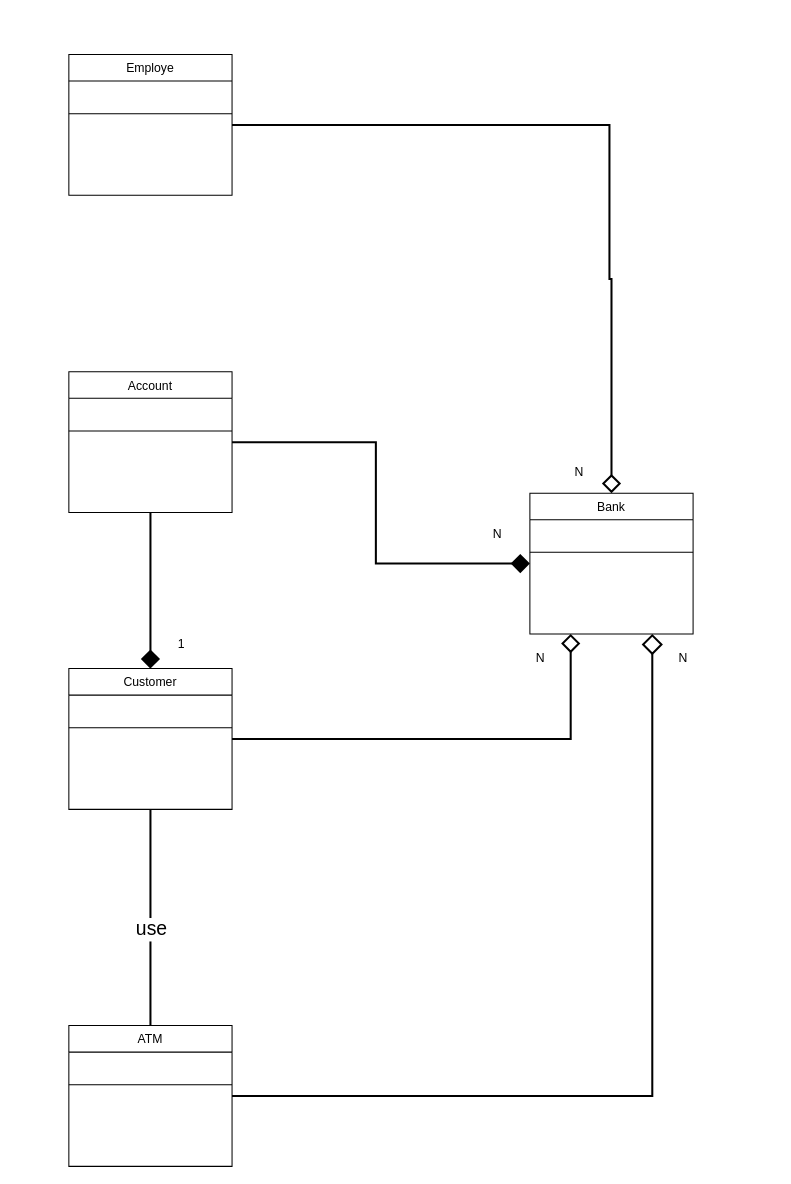
faridEsnaashari/daneshgahSheigeraii keeps this draw.io diagram as diagrams/classDiagram.drawio. Above is the earlier version. Source tidied: cells renumbered, new cells numbered last; positions are measured from the earlier drawing's top-left corner, leaving out a move shared by most shapes. Both pictures are drawn from the tidied source at 102%, with x=0, y=0 at pixel (68, 54).
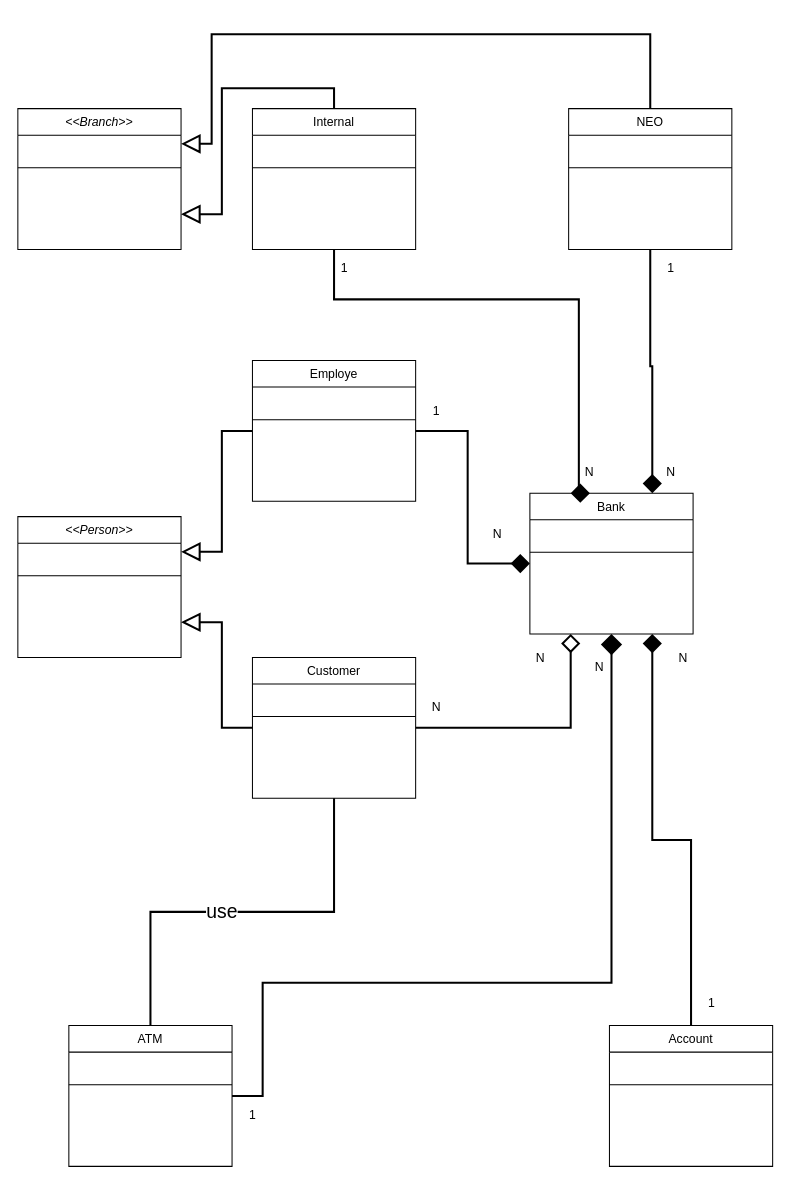
The same diagram, later.

Unchanged cells that the change refers to:
```xml
<mxCell id="15" value="ATM" style="swimlane;fontStyle=0;align=center;verticalAlign=top;horizontal=1;startSize=26;rounded=0;shadow=0;strokeWidth=1;" parent="1" vertex="1">
  <mxGeometry y="952" width="160" height="138" as="geometry" />
</mxCell>
<mxCell id="17" value="Bank" style="swimlane;fontStyle=0;align=center;verticalAlign=top;horizontal=1;startSize=26;rounded=0;shadow=0;strokeWidth=1;" parent="1" vertex="1">
  <mxGeometry x="452" y="430" width="160" height="138" as="geometry" />
</mxCell>
```

Change to the diagram source:
```diff
@@
-    <mxCell id="2" style="edgeStyle=orthogonalEdgeStyle;rounded=0;jettySize=auto;html=1;exitX=1;exitY=0.5;exitDx=0;exitDy=0;entryX=0.5;entryY=0;entryDx=0;entryDy=0;startArrow=none;startFill=0;startSize=14;endArrow=diamond;endFill=0;endSize=14;strokeWidth=2;" parent="1" edge="1" source="3" target="17">
+    <mxCell id="2" style="edgeStyle=orthogonalEdgeStyle;rounded=0;jettySize=auto;html=1;exitX=0.5;exitY=0;exitDx=0;exitDy=0;startArrow=none;startFill=0;startSize=14;endArrow=diamond;endFill=1;endSize=14;strokeWidth=2;entryX=0.75;entryY=1;entryDx=0;entryDy=0;" parent="1" edge="1" source="3" target="17">
       <mxGeometry relative="1" as="geometry">
         <Array as="points">
-          <mxPoint x="530" y="69" />
-          <mxPoint x="530" y="220" />
+          <mxPoint x="610" y="770" />
+          <mxPoint x="572" y="770" />
         </Array>
       </mxGeometry>
     </mxCell>
-    <mxCell id="3" value="Employe" style="swimlane;fontStyle=0;align=center;verticalAlign=top;horizontal=1;startSize=26;rounded=0;shadow=0;strokeWidth=1;" parent="1" vertex="1">
-      <mxGeometry width="160" height="138" as="geometry" />
+    <mxCell id="3" value="Account" style="swimlane;fontStyle=0;align=center;verticalAlign=top;horizontal=1;startSize=26;rounded=0;shadow=0;strokeWidth=1;" parent="1" vertex="1">
+      <mxGeometry x="530" y="952" width="160" height="138" as="geometry" />
     </mxCell>
@@
-    <mxCell id="6" style="edgeStyle=orthogonalEdgeStyle;rounded=0;jettySize=auto;html=1;exitX=0.5;exitY=1;exitDx=0;exitDy=0;entryX=0.5;entryY=0;entryDx=0;entryDy=0;startArrow=none;startFill=0;startSize=14;endArrow=diamond;endFill=1;endSize=14;strokeWidth=2;" parent="1" edge="1" source="7" target="12">
-      <mxGeometry relative="1" as="geometry" />
-    </mxCell>
+    <mxCell id="24" style="edgeStyle=orthogonalEdgeStyle;rounded=0;jettySize=auto;html=1;exitX=0;exitY=0.5;exitDx=0;exitDy=0;entryX=1;entryY=0.25;entryDx=0;entryDy=0;endArrow=block;endFill=0;endSize=14;strokeWidth=2;" parent="1" edge="1" source="7" target="26">
+      <mxGeometry relative="1" as="geometry" />
+    </mxCell>
-    <mxCell id="7" value="Account&#10;" style="swimlane;fontStyle=0;align=center;verticalAlign=top;horizontal=1;startSize=26;rounded=0;shadow=0;strokeWidth=1;" parent="1" vertex="1">
-      <mxGeometry y="311" width="160" height="138" as="geometry" />
+    <mxCell id="7" value="Employe" style="swimlane;fontStyle=0;align=center;verticalAlign=top;horizontal=1;startSize=26;rounded=0;shadow=0;strokeWidth=1;" parent="1" vertex="1">
+      <mxGeometry x="180" y="300" width="160" height="138" as="geometry" />
     </mxCell>
@@
+    <mxCell id="25" style="edgeStyle=orthogonalEdgeStyle;rounded=0;jettySize=auto;html=1;exitX=0;exitY=0.5;exitDx=0;exitDy=0;entryX=1;entryY=0.75;entryDx=0;entryDy=0;endArrow=block;endFill=0;endSize=14;strokeWidth=2;" parent="1" edge="1" source="12" target="26">
+      <mxGeometry relative="1" as="geometry" />
+    </mxCell>
     <mxCell id="12" value="Customer" style="swimlane;fontStyle=0;align=center;verticalAlign=top;horizontal=1;startSize=26;rounded=0;shadow=0;strokeWidth=1;" parent="1" vertex="1">
-      <mxGeometry y="602" width="160" height="138" as="geometry" />
+      <mxGeometry x="180" y="591" width="160" height="138" as="geometry" />
     </mxCell>
@@
-    <mxCell id="14" style="edgeStyle=orthogonalEdgeStyle;rounded=0;jettySize=auto;html=1;exitX=1;exitY=0.5;exitDx=0;exitDy=0;entryX=0.75;entryY=1;entryDx=0;entryDy=0;startArrow=none;startFill=0;endArrow=diamond;endFill=0;strokeWidth=2;endSize=16;" parent="1" edge="1" source="15" target="17">
-      <mxGeometry relative="1" as="geometry" />
+    <mxCell id="14" style="edgeStyle=orthogonalEdgeStyle;rounded=0;jettySize=auto;html=1;exitX=1;exitY=0.5;exitDx=0;exitDy=0;entryX=0.5;entryY=1;entryDx=0;entryDy=0;startArrow=none;startFill=0;endArrow=diamond;endFill=1;strokeWidth=2;endSize=16;" parent="1" edge="1" source="15" target="17">
+      <mxGeometry relative="1" as="geometry">
+        <Array as="points">
+          <mxPoint x="190" y="1021" />
+          <mxPoint x="190" y="910" />
+          <mxPoint x="532" y="910" />
+        </Array>
+      </mxGeometry>
     </mxCell>
@@
     <mxCell id="19" value="1" style="text;html=1;align=center;verticalAlign=middle;" parent="1" vertex="1">
-      <mxGeometry x="100" y="568" width="20" height="20" as="geometry" />
+      <mxGeometry x="350" y="340" width="20" height="20" as="geometry" />
     </mxCell>
@@
     <mxCell id="22" value="N" style="text;html=1;align=center;verticalAlign=middle;" parent="1" vertex="1">
-      <mxGeometry x="490" y="400" width="20" height="20" as="geometry" />
+      <mxGeometry x="500" y="400" width="20" height="20" as="geometry" />
     </mxCell>
@@
+    <mxCell id="26" value="&lt;&lt;Person&gt;&gt;" style="swimlane;fontStyle=2;align=center;verticalAlign=top;horizontal=1;startSize=26;rounded=0;shadow=0;strokeWidth=1;" parent="1" vertex="1">
+      <mxGeometry x="-50" y="453" width="160" height="138" as="geometry" />
+    </mxCell>
+    <mxCell id="27" style="line;html=1;strokeWidth=1;align=left;verticalAlign=middle;spacingTop=-1;spacingLeft=3;spacingRight=3;labelPosition=right;" parent="26" vertex="1">
+      <mxGeometry y="26" width="160" height="64" as="geometry" />
+    </mxCell>
+    <mxCell id="28" style="edgeStyle=orthogonalEdgeStyle;rounded=0;jettySize=auto;html=1;exitX=0.5;exitY=0;exitDx=0;exitDy=0;entryX=1;entryY=0.75;entryDx=0;entryDy=0;endArrow=block;endFill=0;endSize=14;strokeWidth=2;" parent="1" edge="1" source="30" target="37">
+      <mxGeometry relative="1" as="geometry" />
+    </mxCell>
+    <mxCell id="29" style="edgeStyle=orthogonalEdgeStyle;rounded=0;jettySize=auto;html=1;exitX=0.5;exitY=1;exitDx=0;exitDy=0;entryX=0.25;entryY=0;entryDx=0;entryDy=0;endArrow=diamond;endFill=1;endSize=14;strokeWidth=2;" parent="1" edge="1" source="30" target="17">
+      <mxGeometry relative="1" as="geometry">
+        <Array as="points">
+          <mxPoint x="260" y="240" />
+          <mxPoint x="500" y="240" />
+          <mxPoint x="500" y="430" />
+        </Array>
+      </mxGeometry>
+    </mxCell>
+    <mxCell id="30" value="Internal" style="swimlane;fontStyle=0;align=center;verticalAlign=top;horizontal=1;startSize=26;rounded=0;shadow=0;strokeWidth=1;" parent="1" vertex="1">
+      <mxGeometry x="180" y="53" width="160" height="138" as="geometry" />
+    </mxCell>
+    <mxCell id="31" style="line;html=1;strokeWidth=1;align=left;verticalAlign=middle;spacingTop=-1;spacingLeft=3;spacingRight=3;labelPosition=right;" parent="30" vertex="1">
+      <mxGeometry y="26" width="160" height="64" as="geometry" />
+    </mxCell>
+    <mxCell id="32" style="edgeStyle=orthogonalEdgeStyle;rounded=0;jettySize=auto;html=1;exitX=0.5;exitY=0;exitDx=0;exitDy=0;entryX=1;entryY=0.25;entryDx=0;entryDy=0;endArrow=block;endFill=0;endSize=14;strokeWidth=2;" parent="1" edge="1" source="34" target="37">
+      <mxGeometry relative="1" as="geometry">
+        <Array as="points">
+          <mxPoint x="570" y="-20" />
+          <mxPoint x="140" y="-20" />
+          <mxPoint x="140" y="88" />
+        </Array>
+      </mxGeometry>
+    </mxCell>
+    <mxCell id="33" style="edgeStyle=orthogonalEdgeStyle;rounded=0;jettySize=auto;html=1;exitX=0.5;exitY=1;exitDx=0;exitDy=0;entryX=0.75;entryY=0;entryDx=0;entryDy=0;endArrow=diamond;endFill=1;endSize=14;strokeWidth=2;" parent="1" edge="1" source="34" target="17">
+      <mxGeometry relative="1" as="geometry" />
+    </mxCell>
+    <mxCell id="34" value="NEO" style="swimlane;fontStyle=0;align=center;verticalAlign=top;horizontal=1;startSize=26;rounded=0;shadow=0;strokeWidth=1;" parent="1" vertex="1">
+      <mxGeometry x="490" y="53" width="160" height="138" as="geometry" />
+    </mxCell>
+    <mxCell id="35" style="line;html=1;strokeWidth=1;align=left;verticalAlign=middle;spacingTop=-1;spacingLeft=3;spacingRight=3;labelPosition=right;" parent="34" vertex="1">
+      <mxGeometry y="26" width="160" height="64" as="geometry" />
+    </mxCell>
+    <mxCell id="36" value="1" style="text;html=1;align=center;verticalAlign=middle;" parent="1" vertex="1">
+      <mxGeometry x="260" y="200" width="20" height="20" as="geometry" />
+    </mxCell>
+    <mxCell id="37" value="&lt;&lt;Branch&gt;&gt;" style="swimlane;fontStyle=2;align=center;verticalAlign=top;horizontal=1;startSize=26;rounded=0;shadow=0;strokeWidth=1;" parent="1" vertex="1">
+      <mxGeometry x="-50" y="53" width="160" height="138" as="geometry" />
+    </mxCell>
+    <mxCell id="38" style="line;html=1;strokeWidth=1;align=left;verticalAlign=middle;spacingTop=-1;spacingLeft=3;spacingRight=3;labelPosition=right;" parent="37" vertex="1">
+      <mxGeometry y="26" width="160" height="64" as="geometry" />
+    </mxCell>
+    <mxCell id="39" value="N" style="text;html=1;align=center;verticalAlign=middle;" parent="1" vertex="1">
+      <mxGeometry x="580" y="400" width="20" height="20" as="geometry" />
+    </mxCell>
+    <mxCell id="40" value="1" style="text;html=1;align=center;verticalAlign=middle;" parent="1" vertex="1">
+      <mxGeometry x="580" y="200" width="20" height="20" as="geometry" />
+    </mxCell>
+    <mxCell id="41" value="N" style="text;html=1;align=center;verticalAlign=middle;" parent="1" vertex="1">
+      <mxGeometry x="350" y="630" width="20" height="20" as="geometry" />
+    </mxCell>
+    <mxCell id="42" value="1" style="text;html=1;align=center;verticalAlign=middle;" parent="1" vertex="1">
+      <mxGeometry x="170" y="1030" width="20" height="20" as="geometry" />
+    </mxCell>
+    <mxCell id="43" value="N" style="text;html=1;align=center;verticalAlign=middle;" parent="1" vertex="1">
+      <mxGeometry x="510" y="591" width="20" height="20" as="geometry" />
+    </mxCell>
+    <mxCell id="44" value="1" style="text;html=1;align=center;verticalAlign=middle;" parent="1" vertex="1">
+      <mxGeometry x="620" y="920" width="20" height="20" as="geometry" />
+    </mxCell>
```
